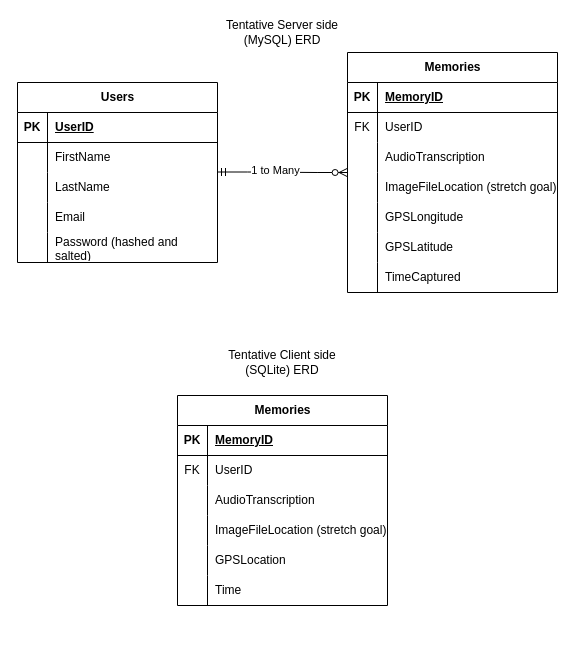
Before: Documentation/Database/ERDs.drawio in Encore-sd/Encore, a draw.io diagram. Source tidied: cells renumbered, new cells numbered last; positions are measured from the earlier drawing's top-left corner, leaving out a move shared by most shapes. Both pictures are drawn from the tidied source at 100%, with x=0, y=0 at pixel (17, 17).
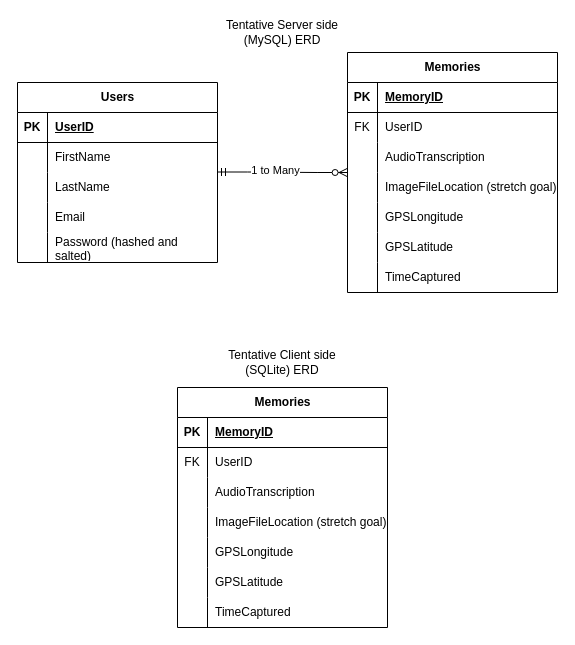
After the change.

The change refers to these unchanged cells:
```xml
<mxCell id="51" style="shape=tableRow;horizontal=0;startSize=0;swimlaneHead=0;swimlaneBody=0;fillColor=none;top=0;left=0;right=0;bottom=0;" parent="44" vertex="1">
  <mxGeometry y="90" width="210" height="30" as="geometry" />
</mxCell>
<mxCell id="54" style="shape=tableRow;horizontal=0;startSize=0;swimlaneHead=0;swimlaneBody=0;fillColor=none;top=0;left=0;right=0;bottom=0;" parent="44" vertex="1">
  <mxGeometry y="120" width="210" height="30" as="geometry" />
</mxCell>
<mxCell id="57" style="shape=tableRow;horizontal=0;startSize=0;swimlaneHead=0;swimlaneBody=0;fillColor=none;top=0;left=0;right=0;bottom=0;" parent="44" vertex="1">
  <mxGeometry y="150" width="210" height="30" as="geometry" />
</mxCell>
<mxCell id="60" style="shape=tableRow;horizontal=0;startSize=0;swimlaneHead=0;swimlaneBody=0;fillColor=none;top=0;left=0;right=0;bottom=0;" parent="44" vertex="1">
  <mxGeometry y="180" width="210" height="30" as="geometry" />
</mxCell>
```

What changed in the source:
```diff
@@
     <mxCell id="44" value="Memories" style="shape=table;startSize=30;childLayout=tableLayout;rowLines=0;fontStyle=1;align=center;html=1;" parent="1" vertex="1">
-      <mxGeometry x="160" y="378" width="210" height="210" as="geometry" />
+      <mxGeometry x="160" y="370" width="210" height="240" as="geometry" />
     </mxCell>
@@
-    <mxCell id="52" style="shape=partialRectangle;fillColor=none;top=0;left=0;bottom=0;right=0;overflow=hidden;whiteSpace=wrap;html=1;" parent="51" vertex="1">
-      <mxGeometry width="30" height="30" as="geometry" />
-    </mxCell>
+    <mxCell id="63" style="shape=partialRectangle;fillColor=none;top=0;left=0;bottom=0;right=0;overflow=hidden;whiteSpace=wrap;html=1;" parent="51" vertex="1">
+      <mxGeometry width="30" height="30" as="geometry" />
+    </mxCell>
@@
-    <mxCell id="55" style="shape=partialRectangle;fillColor=none;top=0;left=0;bottom=0;right=0;overflow=hidden;whiteSpace=wrap;html=1;" parent="54" vertex="1">
-      <mxGeometry width="30" height="30" as="geometry" />
-    </mxCell>
+    <mxCell id="64" style="shape=partialRectangle;fillColor=none;top=0;left=0;bottom=0;right=0;overflow=hidden;whiteSpace=wrap;html=1;" parent="54" vertex="1">
+      <mxGeometry width="30" height="30" as="geometry" />
+    </mxCell>
@@
-    <mxCell id="58" style="shape=partialRectangle;fillColor=none;top=0;left=0;bottom=0;right=0;overflow=hidden;whiteSpace=wrap;html=1;" parent="57" vertex="1">
-      <mxGeometry width="30" height="30" as="geometry" />
-    </mxCell>
-    <mxCell id="59" value="GPSLocation" style="shape=partialRectangle;fillColor=none;top=0;left=0;bottom=0;right=0;align=left;spacingLeft=6;overflow=hidden;whiteSpace=wrap;html=1;" parent="57" vertex="1">
-      <mxGeometry x="30" width="180" height="30" as="geometry" />
-    </mxCell>
+    <mxCell id="65" style="shape=partialRectangle;fillColor=none;top=0;left=0;bottom=0;right=0;overflow=hidden;whiteSpace=wrap;html=1;" parent="57" vertex="1">
+      <mxGeometry width="30" height="30" as="geometry" />
+    </mxCell>
+    <mxCell id="66" value="GPSLongitude" style="shape=partialRectangle;fillColor=none;top=0;left=0;bottom=0;right=0;align=left;spacingLeft=6;overflow=hidden;whiteSpace=wrap;html=1;" parent="57" vertex="1">
+      <mxGeometry x="30" width="180" height="30" as="geometry" />
+    </mxCell>
@@
-    <mxCell id="61" style="shape=partialRectangle;fillColor=none;top=0;left=0;bottom=0;right=0;overflow=hidden;whiteSpace=wrap;html=1;" parent="60" vertex="1">
-      <mxGeometry width="30" height="30" as="geometry" />
-    </mxCell>
-    <mxCell id="62" value="Time" style="shape=partialRectangle;fillColor=none;top=0;left=0;bottom=0;right=0;align=left;spacingLeft=6;overflow=hidden;whiteSpace=wrap;html=1;" parent="60" vertex="1">
-      <mxGeometry x="30" width="180" height="30" as="geometry" />
-    </mxCell>
+    <mxCell id="67" style="shape=partialRectangle;fillColor=none;top=0;left=0;bottom=0;right=0;overflow=hidden;whiteSpace=wrap;html=1;" parent="60" vertex="1">
+      <mxGeometry width="30" height="30" as="geometry" />
+    </mxCell>
+    <mxCell id="68" value="GPSLatitude" style="shape=partialRectangle;fillColor=none;top=0;left=0;bottom=0;right=0;align=left;spacingLeft=6;overflow=hidden;whiteSpace=wrap;html=1;" parent="60" vertex="1">
+      <mxGeometry x="30" width="180" height="30" as="geometry" />
+    </mxCell>
+    <mxCell id="69" style="shape=tableRow;horizontal=0;startSize=0;swimlaneHead=0;swimlaneBody=0;fillColor=none;top=0;left=0;right=0;bottom=0;" parent="44" vertex="1">
+      <mxGeometry y="210" width="210" height="30" as="geometry" />
+    </mxCell>
+    <mxCell id="70" style="shape=partialRectangle;fillColor=none;top=0;left=0;bottom=0;right=0;overflow=hidden;whiteSpace=wrap;html=1;" parent="69" vertex="1">
+      <mxGeometry width="30" height="30" as="geometry" />
+    </mxCell>
+    <mxCell id="71" value="TimeCaptured" style="shape=partialRectangle;fillColor=none;top=0;left=0;bottom=0;right=0;align=left;spacingLeft=6;overflow=hidden;whiteSpace=wrap;html=1;" parent="69" vertex="1">
+      <mxGeometry x="30" width="180" height="30" as="geometry" />
+    </mxCell>
```
